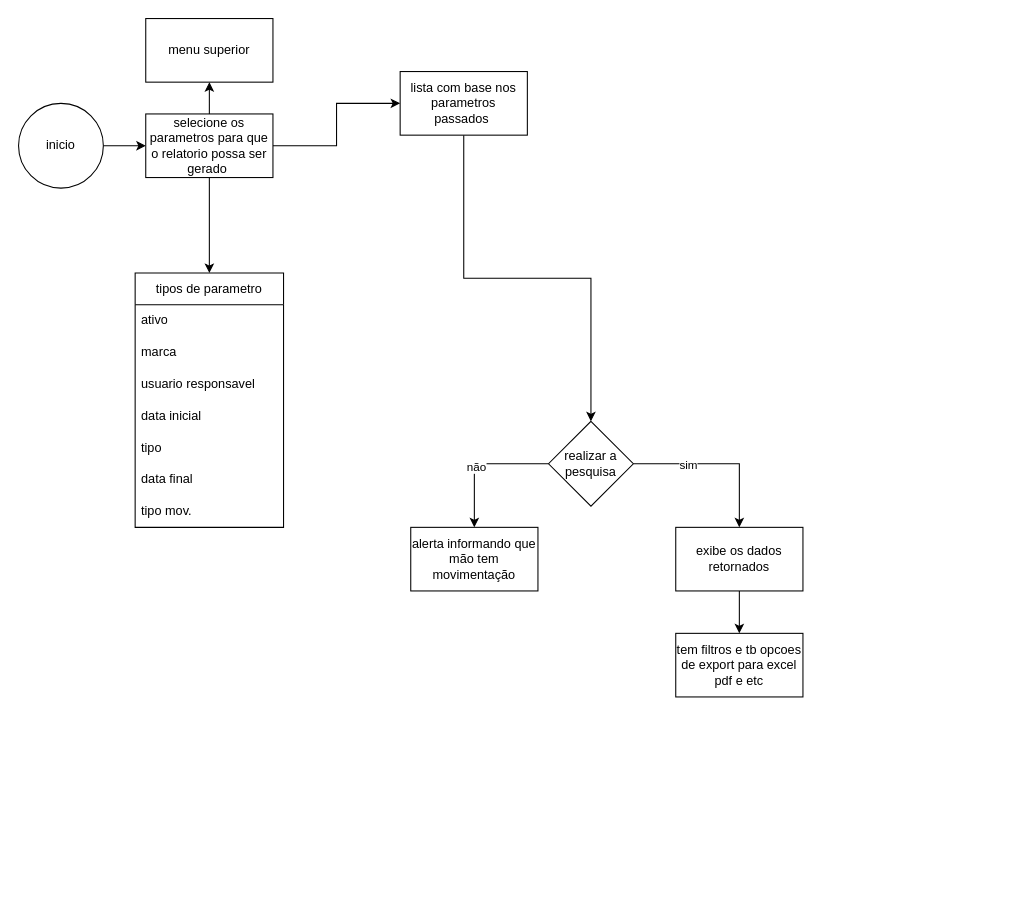
Before: fluxogramas/gerador_Relatorios.drawio in Samuel-Goulart/cadastro.ativos, a draw.io diagram. Source tidied: cells renumbered, new cells numbered last; positions are measured from the earlier drawing's top-left corner, leaving out a move shared by most shapes. Both pictures are drawn from the tidied source at 106%, with x=0, y=0 at pixel (18, 18).
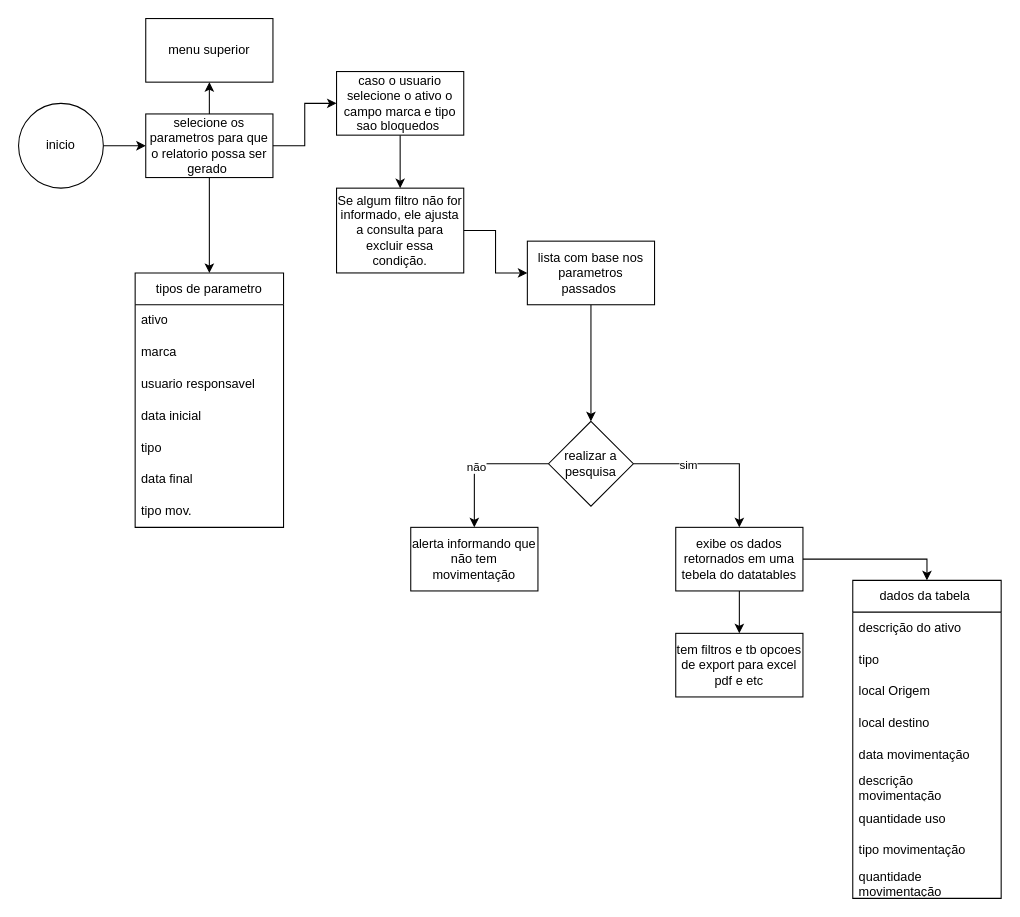
Above is the later version.

Unchanged cells that the change refers to:
```xml
<mxCell id="7" value="selecione os parametros para que o relatorio possa ser gerado&amp;nbsp;" style="whiteSpace=wrap;html=1;" parent="1" vertex="1">
  <mxGeometry x="120" y="90" width="120" height="60" as="geometry" />
</mxCell>
```

The edit, as a diff of the source:
```diff
@@
-    <mxCell id="5" style="edgeStyle=orthogonalEdgeStyle;rounded=0;jettySize=auto;html=1;entryX=0;entryY=0.5;entryDx=0;entryDy=0;" parent="1" edge="1" source="7" target="17">
+    <mxCell id="5" style="edgeStyle=orthogonalEdgeStyle;rounded=0;jettySize=auto;html=1;entryX=0;entryY=0.5;entryDx=0;entryDy=0;" parent="1" edge="1" source="31" target="17">
       <mxGeometry relative="1" as="geometry" />
     </mxCell>
@@
     <mxCell id="17" value="lista com base nos parametros passados&amp;nbsp;" style="rounded=0;whiteSpace=wrap;html=1;" parent="1" vertex="1">
-      <mxGeometry x="360" y="50" width="120" height="60" as="geometry" />
+      <mxGeometry x="480" y="210" width="120" height="60" as="geometry" />
     </mxCell>
@@
-    <mxCell id="23" value="alerta informando que mão tem movimentação" style="whiteSpace=wrap;html=1;" parent="1" vertex="1">
+    <mxCell id="23" value="alerta informando que não tem movimentação" style="whiteSpace=wrap;html=1;" parent="1" vertex="1">
       <mxGeometry x="370" y="480" width="120" height="60" as="geometry" />
     </mxCell>
@@
-    <mxCell id="25" value="exibe os dados retornados" style="whiteSpace=wrap;html=1;" parent="1" vertex="1">
+    <mxCell id="25" value="exibe os dados retornados em uma tebela do datatables" style="whiteSpace=wrap;html=1;" parent="1" vertex="1">
       <mxGeometry x="620" y="480" width="120" height="60" as="geometry" />
     </mxCell>
@@
+    <mxCell id="28" style="edgeStyle=orthogonalEdgeStyle;rounded=0;jettySize=auto;html=1;entryX=0.5;entryY=0;entryDx=0;entryDy=0;" parent="1" edge="1" source="29" target="31">
+      <mxGeometry relative="1" as="geometry" />
+    </mxCell>
+    <mxCell id="29" value="caso o usuario selecione o ativo o campo marca e tipo sao bloquedos&amp;nbsp;" style="rounded=0;whiteSpace=wrap;html=1;" parent="1" vertex="1">
+      <mxGeometry x="300" y="50" width="120" height="60" as="geometry" />
+    </mxCell>
+    <mxCell id="30" style="edgeStyle=orthogonalEdgeStyle;rounded=0;jettySize=auto;html=1;entryX=0;entryY=0.5;entryDx=0;entryDy=0;" parent="1" edge="1" source="7" target="29">
+      <mxGeometry relative="1" as="geometry" />
+    </mxCell>
+    <mxCell id="31" value="Se algum filtro não for informado, ele ajusta a consulta para excluir essa condição." style="rounded=0;whiteSpace=wrap;html=1;" parent="1" vertex="1">
+      <mxGeometry x="300" y="160" width="120" height="80" as="geometry" />
+    </mxCell>
+    <mxCell id="32" value="dados da tabela&amp;nbsp;" style="swimlane;fontStyle=0;horizontal=1;startSize=30;whiteSpace=wrap;html=1;" parent="1" vertex="1">
+      <mxGeometry x="787" y="530" width="140" height="300" as="geometry" />
+    </mxCell>
+    <mxCell id="33" value="descrição do ativo" style="text;strokeColor=none;fillColor=none;align=left;verticalAlign=middle;spacingLeft=4;spacingRight=4;overflow=hidden;whiteSpace=wrap;html=1;" parent="32" vertex="1">
+      <mxGeometry y="30" width="140" height="30" as="geometry" />
+    </mxCell>
+    <mxCell id="34" value="tipo" style="text;strokeColor=none;fillColor=none;align=left;verticalAlign=middle;spacingLeft=4;spacingRight=4;overflow=hidden;whiteSpace=wrap;html=1;" parent="32" vertex="1">
+      <mxGeometry y="60" width="140" height="30" as="geometry" />
+    </mxCell>
+    <mxCell id="35" value="local Origem" style="text;strokeColor=none;fillColor=none;align=left;verticalAlign=middle;spacingLeft=4;spacingRight=4;overflow=hidden;whiteSpace=wrap;html=1;" parent="32" vertex="1">
+      <mxGeometry y="90" width="140" height="30" as="geometry" />
+    </mxCell>
+    <mxCell id="36" value="local destino" style="text;strokeColor=none;fillColor=none;align=left;verticalAlign=middle;spacingLeft=4;spacingRight=4;overflow=hidden;whiteSpace=wrap;html=1;" parent="32" vertex="1">
+      <mxGeometry y="120" width="140" height="30" as="geometry" />
+    </mxCell>
+    <mxCell id="37" value="data movimentação" style="text;strokeColor=none;fillColor=none;align=left;verticalAlign=middle;spacingLeft=4;spacingRight=4;overflow=hidden;whiteSpace=wrap;html=1;" parent="32" vertex="1">
+      <mxGeometry y="150" width="140" height="30" as="geometry" />
+    </mxCell>
+    <mxCell id="38" value="descrição movimentação" style="text;strokeColor=none;fillColor=none;align=left;verticalAlign=middle;spacingLeft=4;spacingRight=4;overflow=hidden;whiteSpace=wrap;html=1;" parent="32" vertex="1">
+      <mxGeometry y="180" width="140" height="30" as="geometry" />
+    </mxCell>
+    <mxCell id="39" value="quantidade uso" style="text;strokeColor=none;fillColor=none;align=left;verticalAlign=middle;spacingLeft=4;spacingRight=4;overflow=hidden;whiteSpace=wrap;html=1;" parent="32" vertex="1">
+      <mxGeometry y="210" width="140" height="30" as="geometry" />
+    </mxCell>
+    <mxCell id="40" value="tipo movimentação" style="text;strokeColor=none;fillColor=none;align=left;verticalAlign=middle;spacingLeft=4;spacingRight=4;overflow=hidden;whiteSpace=wrap;html=1;" parent="32" vertex="1">
+      <mxGeometry y="240" width="140" height="30" as="geometry" />
+    </mxCell>
+    <mxCell id="41" value="quantidade movimentação" style="text;strokeColor=none;fillColor=none;align=left;verticalAlign=middle;spacingLeft=4;spacingRight=4;overflow=hidden;whiteSpace=wrap;html=1;" parent="32" vertex="1">
+      <mxGeometry y="270" width="140" height="30" as="geometry" />
+    </mxCell>
+    <mxCell id="42" style="edgeStyle=orthogonalEdgeStyle;rounded=0;jettySize=auto;html=1;entryX=0.5;entryY=0;entryDx=0;entryDy=0;" parent="1" edge="1" source="25" target="32">
+      <mxGeometry relative="1" as="geometry" />
+    </mxCell>
```
